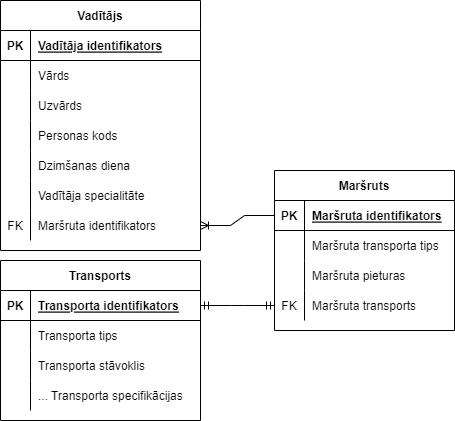
The draw.io diagram misc/satiksme.drawio.png in GRebuks/satiksmes-vadibas-sistema, before a commit. Source tidied: cells renumbered, new cells last; positions are measured from the earlier drawing's top-left corner, leaving out a move shared by most shapes. The source it was exported from:
```xml
<mxGraphModel>
  <root>
    <mxCell id="0" />
    <mxCell id="1" parent="0" />
    <mxCell id="2" value="Transports" style="shape=table;startSize=30;rowLines=0;fontStyle=1;align=center;" parent="1" vertex="1">
      <mxGeometry y="260" width="200" height="160" as="geometry" />
    </mxCell>
    <mxCell id="3" style="shape=tableRow;horizontal=0;startSize=0;swimlaneHead=0;swimlaneBody=0;fillColor=none;points=[[0,0.5],[1,0.5]];portConstraint=eastwest;top=0;left=0;right=0;bottom=1;" parent="2" vertex="1">
      <mxGeometry y="30" width="200" height="30" as="geometry" />
    </mxCell>
    <mxCell id="4" value="PK" style="shape=partialRectangle;fillColor=none;top=0;left=0;bottom=0;right=0;fontStyle=1;overflow=hidden;" parent="3" vertex="1">
      <mxGeometry width="30" height="30" as="geometry" />
    </mxCell>
    <mxCell id="5" value="Transporta identifikators" style="shape=partialRectangle;fillColor=none;top=0;left=0;bottom=0;right=0;align=left;spacingLeft=6;fontStyle=5;overflow=hidden;" parent="3" vertex="1">
      <mxGeometry x="30" width="170" height="30" as="geometry" />
    </mxCell>
    <mxCell id="6" style="shape=tableRow;horizontal=0;startSize=0;swimlaneHead=0;swimlaneBody=0;fillColor=none;top=0;left=0;right=0;bottom=0;" parent="2" vertex="1">
      <mxGeometry y="60" width="200" height="30" as="geometry" />
    </mxCell>
    <mxCell id="7" style="shape=partialRectangle;fillColor=none;top=0;left=0;bottom=0;right=0;overflow=hidden;" parent="6" vertex="1">
      <mxGeometry width="30" height="30" as="geometry" />
    </mxCell>
    <mxCell id="8" value="Transporta tips" style="shape=partialRectangle;fillColor=none;top=0;left=0;bottom=0;right=0;align=left;spacingLeft=6;overflow=hidden;" parent="6" vertex="1">
      <mxGeometry x="30" width="170" height="30" as="geometry" />
    </mxCell>
    <mxCell id="9" style="shape=tableRow;horizontal=0;startSize=0;swimlaneHead=0;swimlaneBody=0;fillColor=none;top=0;left=0;right=0;bottom=0;" parent="2" vertex="1">
      <mxGeometry y="90" width="200" height="30" as="geometry" />
    </mxCell>
    <mxCell id="10" style="shape=partialRectangle;fillColor=none;top=0;left=0;bottom=0;right=0;overflow=hidden;" parent="9" vertex="1">
      <mxGeometry width="30" height="30" as="geometry" />
    </mxCell>
    <mxCell id="11" value="Transporta stāvoklis" style="shape=partialRectangle;fillColor=none;top=0;left=0;bottom=0;right=0;align=left;spacingLeft=6;overflow=hidden;" parent="9" vertex="1">
      <mxGeometry x="30" width="170" height="30" as="geometry" />
    </mxCell>
    <mxCell id="12" style="shape=tableRow;horizontal=0;startSize=0;swimlaneHead=0;swimlaneBody=0;fillColor=none;top=0;left=0;right=0;bottom=0;" parent="2" vertex="1">
      <mxGeometry y="120" width="200" height="30" as="geometry" />
    </mxCell>
    <mxCell id="13" style="shape=partialRectangle;fillColor=none;top=0;left=0;bottom=0;right=0;overflow=hidden;" parent="12" vertex="1">
      <mxGeometry width="30" height="30" as="geometry" />
    </mxCell>
    <mxCell id="14" value="... Transporta specifikācijas" style="shape=partialRectangle;fillColor=none;top=0;left=0;bottom=0;right=0;align=left;spacingLeft=6;overflow=hidden;" parent="12" vertex="1">
      <mxGeometry x="30" width="170" height="30" as="geometry" />
    </mxCell>
    <mxCell id="15" value="Vadītājs" style="shape=table;startSize=30;rowLines=0;fontStyle=1;align=center;" parent="1" vertex="1">
      <mxGeometry width="200" height="250" as="geometry" />
    </mxCell>
    <mxCell id="16" style="shape=tableRow;horizontal=0;startSize=0;swimlaneHead=0;swimlaneBody=0;fillColor=none;top=0;left=0;right=0;bottom=1;" parent="15" vertex="1">
      <mxGeometry y="30" width="200" height="30" as="geometry" />
    </mxCell>
    <mxCell id="17" value="PK" style="shape=partialRectangle;fillColor=none;top=0;left=0;bottom=0;right=0;fontStyle=1;overflow=hidden;" parent="16" vertex="1">
      <mxGeometry width="30" height="30" as="geometry" />
    </mxCell>
    <mxCell id="18" value="Vadītāja identifikators" style="shape=partialRectangle;fillColor=none;top=0;left=0;bottom=0;right=0;align=left;spacingLeft=6;fontStyle=5;overflow=hidden;" parent="16" vertex="1">
      <mxGeometry x="30" width="170" height="30" as="geometry" />
    </mxCell>
    <mxCell id="19" style="shape=tableRow;horizontal=0;startSize=0;swimlaneHead=0;swimlaneBody=0;fillColor=none;top=0;left=0;right=0;bottom=0;" parent="15" vertex="1">
      <mxGeometry y="60" width="200" height="30" as="geometry" />
    </mxCell>
    <mxCell id="20" style="shape=partialRectangle;fillColor=none;top=0;left=0;bottom=0;right=0;overflow=hidden;" parent="19" vertex="1">
      <mxGeometry width="30" height="30" as="geometry" />
    </mxCell>
    <mxCell id="21" value="Vārds" style="shape=partialRectangle;fillColor=none;top=0;left=0;bottom=0;right=0;align=left;spacingLeft=6;overflow=hidden;" parent="19" vertex="1">
      <mxGeometry x="30" width="170" height="30" as="geometry" />
    </mxCell>
    <mxCell id="22" style="shape=tableRow;horizontal=0;startSize=0;swimlaneHead=0;swimlaneBody=0;fillColor=none;top=0;left=0;right=0;bottom=0;" parent="15" vertex="1">
      <mxGeometry y="90" width="200" height="30" as="geometry" />
    </mxCell>
    <mxCell id="23" style="shape=partialRectangle;fillColor=none;top=0;left=0;bottom=0;right=0;overflow=hidden;" parent="22" vertex="1">
      <mxGeometry width="30" height="30" as="geometry" />
    </mxCell>
    <mxCell id="24" value="Uzvārds" style="shape=partialRectangle;fillColor=none;top=0;left=0;bottom=0;right=0;align=left;spacingLeft=6;overflow=hidden;" parent="22" vertex="1">
      <mxGeometry x="30" width="170" height="30" as="geometry" />
    </mxCell>
    <mxCell id="25" style="shape=tableRow;horizontal=0;startSize=0;swimlaneHead=0;swimlaneBody=0;fillColor=none;top=0;left=0;right=0;bottom=0;" parent="15" vertex="1">
      <mxGeometry y="120" width="200" height="30" as="geometry" />
    </mxCell>
    <mxCell id="26" style="shape=partialRectangle;fillColor=none;top=0;left=0;bottom=0;right=0;overflow=hidden;" parent="25" vertex="1">
      <mxGeometry width="30" height="30" as="geometry" />
    </mxCell>
    <mxCell id="27" value="Personas kods" style="shape=partialRectangle;fillColor=none;top=0;left=0;bottom=0;right=0;align=left;spacingLeft=6;overflow=hidden;" parent="25" vertex="1">
      <mxGeometry x="30" width="170" height="30" as="geometry" />
    </mxCell>
    <mxCell id="28" style="shape=tableRow;horizontal=0;startSize=0;swimlaneHead=0;swimlaneBody=0;fillColor=none;top=0;left=0;right=0;bottom=0;" parent="15" vertex="1">
      <mxGeometry y="150" width="200" height="30" as="geometry" />
    </mxCell>
    <mxCell id="29" style="shape=partialRectangle;fillColor=none;top=0;left=0;bottom=0;right=0;overflow=hidden;" parent="28" vertex="1">
      <mxGeometry width="30" height="30" as="geometry" />
    </mxCell>
    <mxCell id="30" value="Dzimšanas diena" style="shape=partialRectangle;fillColor=none;top=0;left=0;bottom=0;right=0;align=left;spacingLeft=6;overflow=hidden;" parent="28" vertex="1">
      <mxGeometry x="30" width="170" height="30" as="geometry" />
    </mxCell>
    <mxCell id="31" style="shape=tableRow;horizontal=0;startSize=0;swimlaneHead=0;swimlaneBody=0;fillColor=none;top=0;left=0;right=0;bottom=0;" parent="15" vertex="1">
      <mxGeometry y="180" width="200" height="30" as="geometry" />
    </mxCell>
    <mxCell id="32" style="shape=partialRectangle;fillColor=none;top=0;left=0;bottom=0;right=0;overflow=hidden;" parent="31" vertex="1">
      <mxGeometry width="30" height="30" as="geometry" />
    </mxCell>
    <mxCell id="33" value="Vadītāja specialitāte" style="shape=partialRectangle;fillColor=none;top=0;left=0;bottom=0;right=0;align=left;spacingLeft=6;overflow=hidden;" parent="31" vertex="1">
      <mxGeometry x="30" width="170" height="30" as="geometry" />
    </mxCell>
    <mxCell id="34" style="shape=tableRow;horizontal=0;startSize=0;swimlaneHead=0;swimlaneBody=0;fillColor=none;points=[[0,0.5],[1,0.5]];portConstraint=eastwest;top=0;left=0;right=0;bottom=0;" parent="15" vertex="1">
      <mxGeometry y="210" width="200" height="30" as="geometry" />
    </mxCell>
    <mxCell id="35" value="FK" style="shape=partialRectangle;fillColor=none;top=0;left=0;bottom=0;right=0;overflow=hidden;" parent="34" vertex="1">
      <mxGeometry width="30" height="30" as="geometry" />
    </mxCell>
    <mxCell id="36" value="Maršruta identifikators" style="shape=partialRectangle;fillColor=none;top=0;left=0;bottom=0;right=0;align=left;spacingLeft=6;overflow=hidden;" parent="34" vertex="1">
      <mxGeometry x="30" width="170" height="30" as="geometry" />
    </mxCell>
    <mxCell id="37" value="Maršruts" style="shape=table;startSize=30;rowLines=0;fontStyle=1;align=center;" parent="1" vertex="1">
      <mxGeometry x="274" y="170" width="180" height="160" as="geometry" />
    </mxCell>
    <mxCell id="38" style="shape=tableRow;horizontal=0;startSize=0;swimlaneHead=0;swimlaneBody=0;fillColor=none;points=[[0,0.5],[1,0.5]];portConstraint=eastwest;top=0;left=0;right=0;bottom=1;" parent="37" vertex="1">
      <mxGeometry y="30" width="180" height="30" as="geometry" />
    </mxCell>
    <mxCell id="39" value="PK" style="shape=partialRectangle;fillColor=none;top=0;left=0;bottom=0;right=0;fontStyle=1;overflow=hidden;" parent="38" vertex="1">
      <mxGeometry width="30" height="30" as="geometry" />
    </mxCell>
    <mxCell id="40" value="Maršruta identifikators" style="shape=partialRectangle;fillColor=none;top=0;left=0;bottom=0;right=0;align=left;spacingLeft=6;fontStyle=5;overflow=hidden;" parent="38" vertex="1">
      <mxGeometry x="30" width="150" height="30" as="geometry" />
    </mxCell>
    <mxCell id="41" style="shape=tableRow;horizontal=0;startSize=0;swimlaneHead=0;swimlaneBody=0;fillColor=none;top=0;left=0;right=0;bottom=0;" parent="37" vertex="1">
      <mxGeometry y="60" width="180" height="30" as="geometry" />
    </mxCell>
    <mxCell id="42" style="shape=partialRectangle;fillColor=none;top=0;left=0;bottom=0;right=0;overflow=hidden;" parent="41" vertex="1">
      <mxGeometry width="30" height="30" as="geometry" />
    </mxCell>
    <mxCell id="43" value="Maršruta transporta tips" style="shape=partialRectangle;fillColor=none;top=0;left=0;bottom=0;right=0;align=left;spacingLeft=6;overflow=hidden;" parent="41" vertex="1">
      <mxGeometry x="30" width="150" height="30" as="geometry" />
    </mxCell>
    <mxCell id="44" style="shape=tableRow;horizontal=0;startSize=0;swimlaneHead=0;swimlaneBody=0;fillColor=none;top=0;left=0;right=0;bottom=0;" parent="37" vertex="1">
      <mxGeometry y="90" width="180" height="30" as="geometry" />
    </mxCell>
    <mxCell id="45" style="shape=partialRectangle;fillColor=none;top=0;left=0;bottom=0;right=0;overflow=hidden;" parent="44" vertex="1">
      <mxGeometry width="30" height="30" as="geometry" />
    </mxCell>
    <mxCell id="46" value="Maršruta pieturas" style="shape=partialRectangle;fillColor=none;top=0;left=0;bottom=0;right=0;align=left;spacingLeft=6;overflow=hidden;" parent="44" vertex="1">
      <mxGeometry x="30" width="150" height="30" as="geometry" />
    </mxCell>
    <mxCell id="47" style="shape=tableRow;horizontal=0;startSize=0;swimlaneHead=0;swimlaneBody=0;fillColor=none;points=[[0,0.5],[1,0.5]];portConstraint=eastwest;top=0;left=0;right=0;bottom=0;" parent="37" vertex="1">
      <mxGeometry y="120" width="180" height="30" as="geometry" />
    </mxCell>
    <mxCell id="48" value="FK" style="shape=partialRectangle;fillColor=none;top=0;left=0;bottom=0;right=0;overflow=hidden;" parent="47" vertex="1">
      <mxGeometry width="30" height="30" as="geometry" />
    </mxCell>
    <mxCell id="49" value="Maršruta transports" style="shape=partialRectangle;fillColor=none;top=0;left=0;bottom=0;right=0;align=left;spacingLeft=6;overflow=hidden;" parent="47" vertex="1">
      <mxGeometry x="30" width="150" height="30" as="geometry" />
    </mxCell>
    <mxCell id="50" style="edgeStyle=entityRelationEdgeStyle;fontSize=12;html=1;endArrow=ERmandOne;startArrow=ERmandOne;rounded=0;entryX=0;entryY=0.5;entryDx=0;entryDy=0;exitX=1;exitY=0.5;exitDx=0;exitDy=0;" parent="1" edge="1" source="3" target="47">
      <mxGeometry relative="1" as="geometry" />
    </mxCell>
    <mxCell id="51" style="edgeStyle=entityRelationEdgeStyle;fontSize=12;html=1;endArrow=ERoneToMany;rounded=0;exitX=0;exitY=0.5;exitDx=0;exitDy=0;entryX=1;entryY=0.5;entryDx=0;entryDy=0;" parent="1" edge="1" source="38" target="34">
      <mxGeometry relative="1" as="geometry" />
    </mxCell>
  </root>
</mxGraphModel>
```
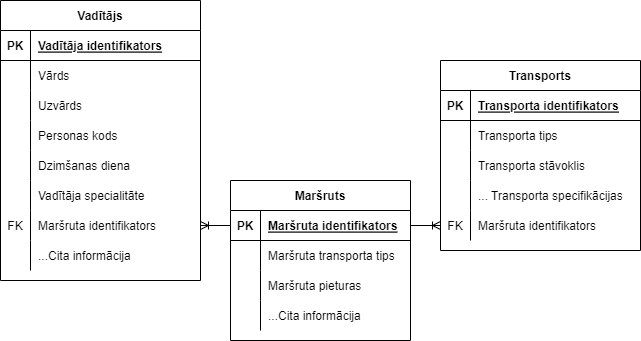
Later version of the same file.

Commit message:
Updated object data structure and analysis

What changed in the source:
```diff
@@ -3,7 +3,7 @@
     <mxCell id="0" />
     <mxCell id="1" parent="0" />
     <mxCell id="2" value="Transports" style="shape=table;startSize=30;rowLines=0;fontStyle=1;align=center;" parent="1" vertex="1">
-      <mxGeometry y="260" width="200" height="160" as="geometry" />
+      <mxGeometry x="-240" y="60" width="200" height="190" as="geometry" />
     </mxCell>
     <mxCell id="3" style="shape=tableRow;horizontal=0;startSize=0;swimlaneHead=0;swimlaneBody=0;fillColor=none;points=[[0,0.5],[1,0.5]];portConstraint=eastwest;top=0;left=0;right=0;bottom=1;" parent="2" vertex="1">
       <mxGeometry y="30" width="200" height="30" as="geometry" />
@@ -41,8 +41,17 @@
     <mxCell id="14" value="... Transporta specifikācijas" style="shape=partialRectangle;fillColor=none;top=0;left=0;bottom=0;right=0;align=left;spacingLeft=6;overflow=hidden;" parent="12" vertex="1">
       <mxGeometry x="30" width="170" height="30" as="geometry" />
     </mxCell>
+    <mxCell id="52" style="shape=tableRow;horizontal=0;startSize=0;swimlaneHead=0;swimlaneBody=0;fillColor=none;points=[[0,0.5],[1,0.5]];portConstraint=eastwest;top=0;left=0;right=0;bottom=0;" parent="2" vertex="1">
+      <mxGeometry y="150" width="200" height="30" as="geometry" />
+    </mxCell>
+    <mxCell id="48" value="FK" style="shape=partialRectangle;fillColor=none;top=0;left=0;bottom=0;right=0;overflow=hidden;" parent="52" vertex="1">
+      <mxGeometry width="30" height="30" as="geometry" />
+    </mxCell>
+    <mxCell id="53" value="Maršruta identifikators" style="shape=partialRectangle;fillColor=none;top=0;left=0;bottom=0;right=0;align=left;spacingLeft=6;overflow=hidden;" parent="52" vertex="1">
+      <mxGeometry x="30" width="170" height="30" as="geometry" />
+    </mxCell>
     <mxCell id="15" value="Vadītājs" style="shape=table;startSize=30;rowLines=0;fontStyle=1;align=center;" parent="1" vertex="1">
-      <mxGeometry width="200" height="250" as="geometry" />
+      <mxGeometry x="-680" width="200" height="280" as="geometry" />
     </mxCell>
     <mxCell id="16" style="shape=tableRow;horizontal=0;startSize=0;swimlaneHead=0;swimlaneBody=0;fillColor=none;top=0;left=0;right=0;bottom=1;" parent="15" vertex="1">
       <mxGeometry y="30" width="200" height="30" as="geometry" />
@@ -107,8 +116,17 @@
     <mxCell id="36" value="Maršruta identifikators" style="shape=partialRectangle;fillColor=none;top=0;left=0;bottom=0;right=0;align=left;spacingLeft=6;overflow=hidden;" parent="34" vertex="1">
       <mxGeometry x="30" width="170" height="30" as="geometry" />
     </mxCell>
+    <mxCell id="54" style="shape=tableRow;horizontal=0;startSize=0;swimlaneHead=0;swimlaneBody=0;fillColor=none;top=0;left=0;right=0;bottom=0;" parent="15" vertex="1">
+      <mxGeometry y="240" width="200" height="30" as="geometry" />
+    </mxCell>
+    <mxCell id="55" style="shape=partialRectangle;fillColor=none;top=0;left=0;bottom=0;right=0;overflow=hidden;" parent="54" vertex="1">
+      <mxGeometry width="30" height="30" as="geometry" />
+    </mxCell>
+    <mxCell id="56" value="...Cita informācija" style="shape=partialRectangle;fillColor=none;top=0;left=0;bottom=0;right=0;align=left;spacingLeft=6;overflow=hidden;" parent="54" vertex="1">
+      <mxGeometry x="30" width="170" height="30" as="geometry" />
+    </mxCell>
     <mxCell id="37" value="Maršruts" style="shape=table;startSize=30;rowLines=0;fontStyle=1;align=center;" parent="1" vertex="1">
-      <mxGeometry x="274" y="170" width="180" height="160" as="geometry" />
+      <mxGeometry x="-450" y="180" width="180" height="160" as="geometry" />
     </mxCell>
     <mxCell id="38" style="shape=tableRow;horizontal=0;startSize=0;swimlaneHead=0;swimlaneBody=0;fillColor=none;points=[[0,0.5],[1,0.5]];portConstraint=eastwest;top=0;left=0;right=0;bottom=1;" parent="37" vertex="1">
       <mxGeometry y="30" width="180" height="30" as="geometry" />
@@ -140,17 +158,17 @@
     <mxCell id="47" style="shape=tableRow;horizontal=0;startSize=0;swimlaneHead=0;swimlaneBody=0;fillColor=none;points=[[0,0.5],[1,0.5]];portConstraint=eastwest;top=0;left=0;right=0;bottom=0;" parent="37" vertex="1">
       <mxGeometry y="120" width="180" height="30" as="geometry" />
     </mxCell>
-    <mxCell id="48" value="FK" style="shape=partialRectangle;fillColor=none;top=0;left=0;bottom=0;right=0;overflow=hidden;" parent="47" vertex="1">
-      <mxGeometry width="30" height="30" as="geometry" />
-    </mxCell>
-    <mxCell id="49" value="Maršruta transports" style="shape=partialRectangle;fillColor=none;top=0;left=0;bottom=0;right=0;align=left;spacingLeft=6;overflow=hidden;" parent="47" vertex="1">
-      <mxGeometry x="30" width="150" height="30" as="geometry" />
-    </mxCell>
-    <mxCell id="50" style="edgeStyle=entityRelationEdgeStyle;fontSize=12;html=1;endArrow=ERmandOne;startArrow=ERmandOne;rounded=0;entryX=0;entryY=0.5;entryDx=0;entryDy=0;exitX=1;exitY=0.5;exitDx=0;exitDy=0;" parent="1" edge="1" source="3" target="47">
-      <mxGeometry relative="1" as="geometry" />
-    </mxCell>
+    <mxCell id="57" style="shape=partialRectangle;fillColor=none;top=0;left=0;bottom=0;right=0;overflow=hidden;" parent="47" vertex="1">
+      <mxGeometry width="30" height="30" as="geometry" />
+    </mxCell>
+    <mxCell id="58" value="...Cita informācija" style="shape=partialRectangle;fillColor=none;top=0;left=0;bottom=0;right=0;align=left;spacingLeft=6;overflow=hidden;" parent="47" vertex="1">
+      <mxGeometry x="30" width="150" height="30" as="geometry" />
+    </mxCell>
     <mxCell id="51" style="edgeStyle=entityRelationEdgeStyle;fontSize=12;html=1;endArrow=ERoneToMany;rounded=0;exitX=0;exitY=0.5;exitDx=0;exitDy=0;entryX=1;entryY=0.5;entryDx=0;entryDy=0;" parent="1" edge="1" source="38" target="34">
       <mxGeometry relative="1" as="geometry" />
     </mxCell>
+    <mxCell id="59" style="edgeStyle=entityRelationEdgeStyle;fontSize=12;html=1;endArrow=ERoneToMany;rounded=0;exitX=1;exitY=0.5;exitDx=0;exitDy=0;entryX=0;entryY=0.5;entryDx=0;entryDy=0;" parent="1" edge="1" source="38" target="52">
+      <mxGeometry relative="1" as="geometry" />
+    </mxCell>
   </root>
 </mxGraphModel>
```
